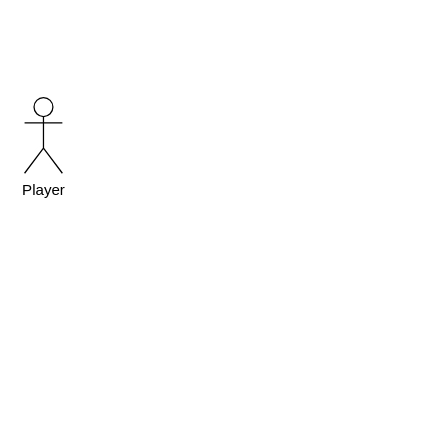
Before: NoLongerHuman.drawio in birdboiboi/No_Longer_Human, a draw.io diagram. Source tidied: cells renumbered, new cells numbered last; positions are measured from the earlier drawing's top-left corner, leaving out a move shared by most shapes. Both pictures are drawn from the tidied source at 126%, with x=0, y=0 at pixel (24, 97).
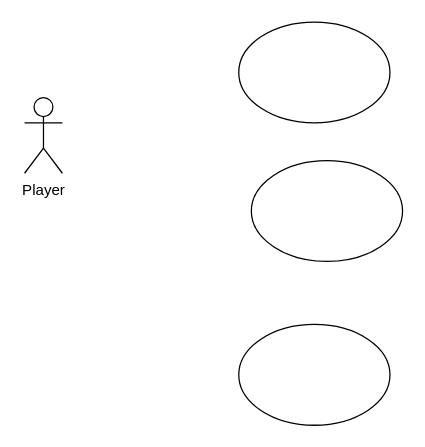
The same page after the edit.

Commit message:
Trang commit added circle in draw.io

The edit, as a diff of the source:
```diff
@@
 <mxGraphModel>
   <root>
     <mxCell id="0" />
     <mxCell id="1" parent="0" />
     <mxCell id="2" value="Player" style="shape=umlActor;verticalLabelPosition=bottom;verticalAlign=top;html=1;" parent="1" vertex="1">
       <mxGeometry width="30" height="60" as="geometry" />
     </mxCell>
+    <mxCell id="3" style="ellipse;whiteSpace=wrap;html=1;" parent="1" vertex="1">
+      <mxGeometry x="180" y="50" width="120" height="80" as="geometry" />
+    </mxCell>
+    <mxCell id="4" style="ellipse;whiteSpace=wrap;html=1;" parent="1" vertex="1">
+      <mxGeometry x="170" y="180" width="120" height="80" as="geometry" />
+    </mxCell>
+    <mxCell id="5" style="ellipse;whiteSpace=wrap;html=1;" parent="1" vertex="1">
+      <mxGeometry x="170" y="-60" width="120" height="80" as="geometry" />
+    </mxCell>
   </root>
 </mxGraphModel>
```
